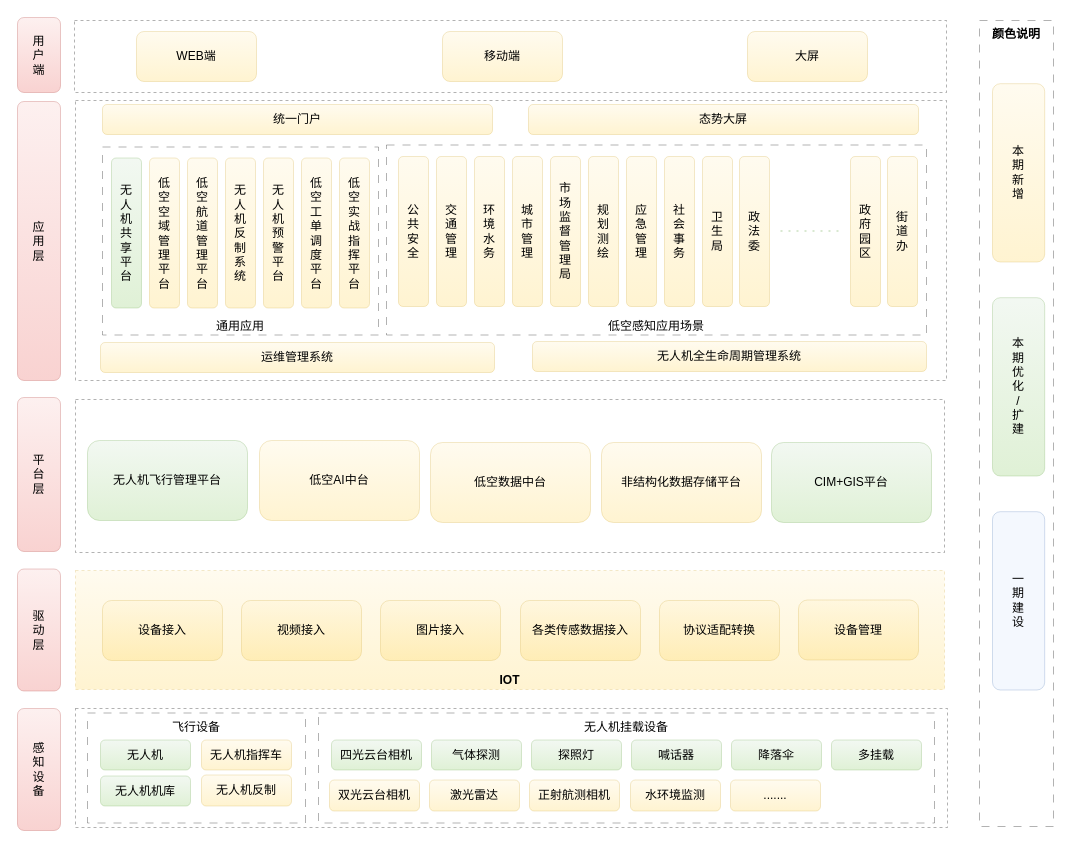
Above: 总体架构2.drawio in yangchenyu/micro-service (draw.io), before the change. Source tidied: cells renumbered, new cells numbered last; positions are measured from the earlier drawing's top-left corner, leaving out a move shared by most shapes. Both pictures are drawn from the tidied source at 100%, with x=0, y=0 at pixel (17, 17).
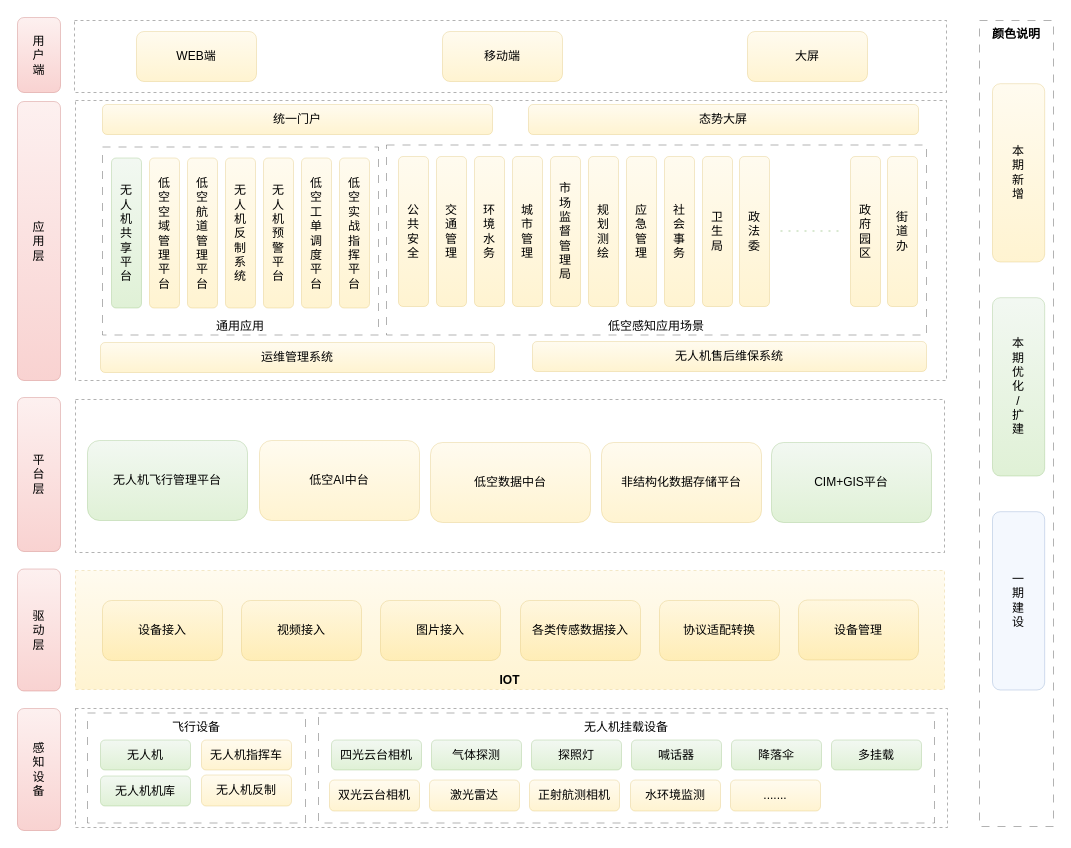
The same diagram, later.

Commit message:
更新总体架构2.drawio

The edit, as a diff of the source:
```diff
@@
-    <mxCell id="74" value="无人机全生命周期管理系统" style="rounded=1;whiteSpace=wrap;html=1;opacity=30;fillColor=#fff2cc;strokeColor=#d6b656;gradientColor=#ffd966;" parent="1" vertex="1">
+    <mxCell id="74" value="无人机售后维保系统" style="rounded=1;whiteSpace=wrap;html=1;opacity=30;fillColor=#fff2cc;strokeColor=#d6b656;gradientColor=#ffd966;" parent="1" vertex="1">
       <mxGeometry x="515" y="324" width="394" height="30" as="geometry" />
     </mxCell>
```
